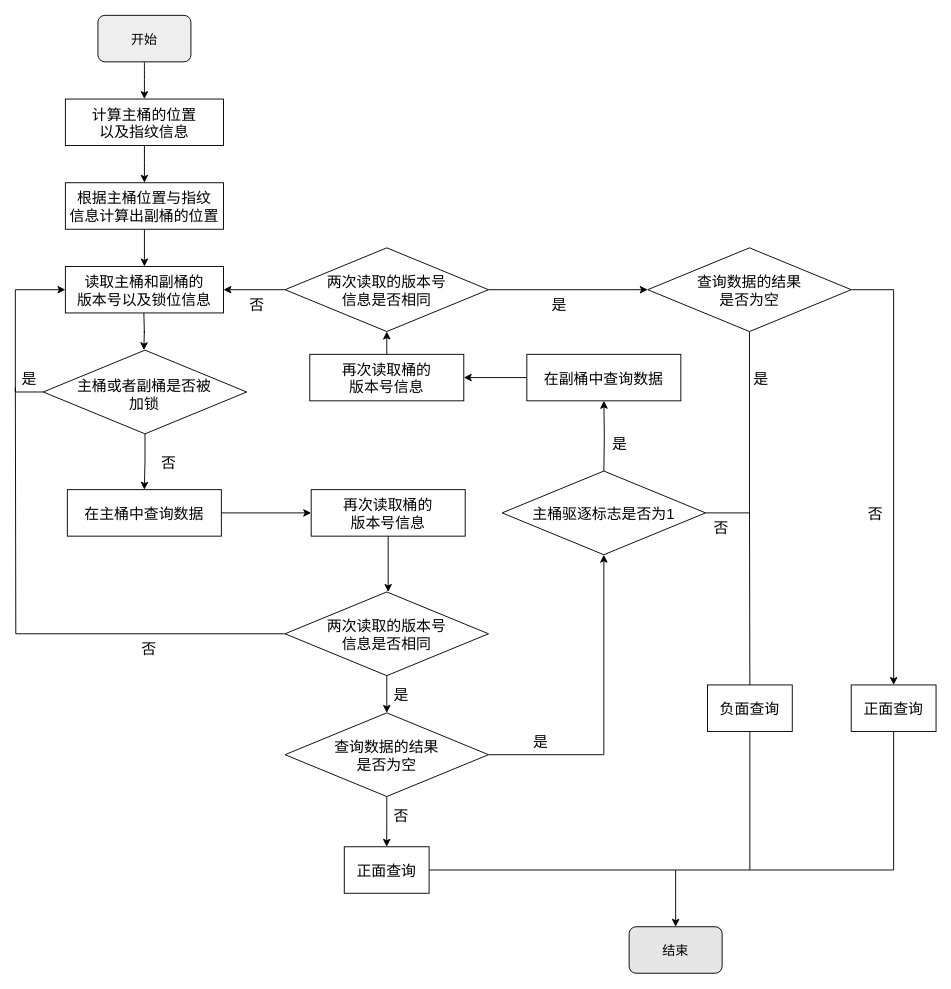
Before: page "读取操作流程图" (15 of 25) of 毕业论文.drawio in HustDsy/Picture, a draw.io diagram. Source tidied: cells renumbered, new cells numbered last; positions are measured from the earlier drawing's top-left corner, leaving out a move shared by most shapes. Both pictures are drawn from the tidied source at 93%, with x=0, y=0 at pixel (15, 15).
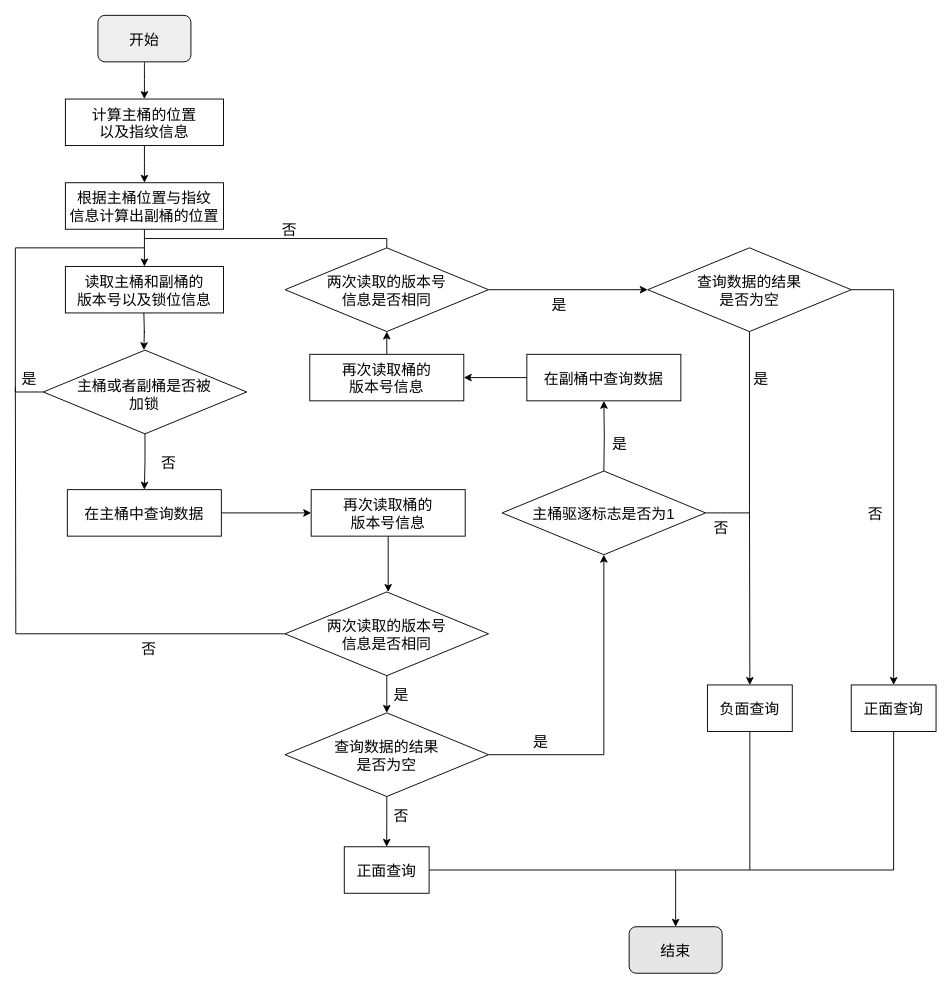
After the change.

Unchanged cells that the change refers to:
```xml
<mxCell id="8" value="读取主桶和副桶的&#10;版本号以及锁位信息" style="rounded=0;comic=0;fontFamily=宋体;fontSize=16;fontColor=default;strokeColor=#000000;strokeWidth=1;fillColor=#FFFFFF;" parent="1" vertex="1">
  <mxGeometry x="53.8" y="270" width="170" height="50" as="geometry" />
</mxCell>
<mxCell id="12" style="strokeWidth=1;shape=mxgraph.flowchart.decision;comic=0;fontFamily=宋体;fontSize=16;fontColor=default;fillColor=#FFFFFF;" parent="1" vertex="1">
  <mxGeometry x="30" y="360" width="218.8" height="90" as="geometry" />
</mxCell>
<mxCell id="32" value="两次读取的版本号&#10;信息是否相同" style="strokeWidth=1;shape=mxgraph.flowchart.decision;comic=0;fontFamily=宋体;fontSize=16;fontColor=default;fillColor=#FFFFFF;" parent="1" vertex="1">
  <mxGeometry x="290" y="250" width="218.8" height="90" as="geometry" />
</mxCell>
<mxCell id="37" value="查询数据的结果&#10;是否为空" style="strokeWidth=1;shape=mxgraph.flowchart.decision;comic=0;fontFamily=宋体;fontSize=16;fontColor=default;fillColor=#FFFFFF;" parent="1" vertex="1">
  <mxGeometry x="680" y="250" width="218.8" height="90" as="geometry" />
</mxCell>
<mxCell id="53" value="负面查询" style="rounded=0;comic=0;fontFamily=宋体;fontSize=16;fontColor=default;strokeColor=#000000;strokeWidth=1;fillColor=#FFFFFF;" parent="1" vertex="1">
  <mxGeometry x="744.2" y="720" width="91.2" height="50" as="geometry" />
</mxCell>
```

What changed in the source:
```diff
@@
-    <mxCell id="3" value="开始" style="rounded=1;comic=0;fontFamily=宋体;fontSize=14;strokeWidth=1;fillColor=#eeeeee;strokeColor=#000000;" parent="1" vertex="1">
+    <mxCell id="3" value="开始" style="rounded=1;comic=0;fontFamily=宋体;fontSize=16;strokeWidth=1;fillColor=#eeeeee;strokeColor=#000000;" parent="1" vertex="1">
       <mxGeometry x="88.8" width="100" height="50" as="geometry" />
     </mxCell>
@@
-    <mxCell id="10" style="edgeStyle=orthogonalEdgeStyle;rounded=0;jettySize=auto;exitX=0;exitY=0.5;exitDx=0;exitDy=0;exitPerimeter=0;entryX=0;entryY=0.5;entryDx=0;entryDy=0;fontFamily=宋体;fontSize=16;fontColor=default;endArrow=classic;endFill=1;strokeWidth=1;" parent="1" edge="1" source="12" target="8">
+    <mxCell id="10" style="edgeStyle=orthogonalEdgeStyle;rounded=0;jettySize=auto;exitX=0;exitY=0.5;exitDx=0;exitDy=0;exitPerimeter=0;fontFamily=宋体;fontSize=16;fontColor=default;endArrow=none;endFill=0;strokeWidth=1;" parent="1" edge="1" source="12">
       <mxGeometry relative="1" as="geometry">
+        <mxPoint x="139" y="250" as="targetPoint" />
         <Array as="points">
           <mxPoint y="405" />
-          <mxPoint y="295" />
+          <mxPoint y="250" />
         </Array>
       </mxGeometry>
     </mxCell>
@@
-    <mxCell id="30" style="edgeStyle=orthogonalEdgeStyle;rounded=0;jettySize=auto;exitX=0;exitY=0.5;exitDx=0;exitDy=0;exitPerimeter=0;entryX=1;entryY=0.5;entryDx=0;entryDy=0;fontFamily=宋体;fontSize=16;fontColor=default;endArrow=classic;endFill=1;strokeWidth=1;" parent="1" edge="1" source="32" target="8">
-      <mxGeometry relative="1" as="geometry" />
-    </mxCell>
@@
+    <mxCell id="56" style="edgeStyle=orthogonalEdgeStyle;rounded=0;jettySize=auto;html=1;exitX=0.5;exitY=0;exitDx=0;exitDy=0;exitPerimeter=0;fontSize=16;endArrow=none;endFill=0;" parent="1" edge="1" source="32">
+      <mxGeometry relative="1" as="geometry">
+        <mxPoint x="139" y="240" as="targetPoint" />
+        <Array as="points">
+          <mxPoint x="399" y="240" />
+        </Array>
+      </mxGeometry>
+    </mxCell>
@@
     <mxCell id="34" value="否" style="text;align=center;verticalAlign=middle;strokeColor=none;fillColor=none;fontSize=16;fontFamily=宋体;fontColor=default;strokeWidth=1;" parent="1" vertex="1">
-      <mxGeometry x="245" y="300" width="30" height="20" as="geometry" />
+      <mxGeometry x="280" y="220" width="30" height="20" as="geometry" />
     </mxCell>
@@
-    <mxCell id="36" style="edgeStyle=orthogonalEdgeStyle;rounded=0;jettySize=auto;html=0;exitX=0.5;exitY=1;exitDx=0;exitDy=0;exitPerimeter=0;entryX=0.5;entryY=0;entryDx=0;entryDy=0;fontFamily=宋体;fontSize=16;fontColor=#E6E6E6;endArrow=none;endFill=0;elbow=vertical;" parent="1" edge="1" source="37" target="53">
+    <mxCell id="36" style="edgeStyle=orthogonalEdgeStyle;rounded=0;jettySize=auto;html=0;exitX=0.5;exitY=1;exitDx=0;exitDy=0;exitPerimeter=0;entryX=0.5;entryY=0;entryDx=0;entryDy=0;fontFamily=宋体;fontSize=16;fontColor=#E6E6E6;endArrow=classic;endFill=1;elbow=vertical;" parent="1" edge="1" source="37" target="53">
       <mxGeometry relative="1" as="geometry" />
     </mxCell>
@@
-    <mxCell id="49" value="结束" style="rounded=1;comic=0;fontFamily=宋体;fontSize=14;strokeWidth=1;fillColor=#E6E6E6;strokeColor=#000000;" parent="1" vertex="1">
+    <mxCell id="49" value="结束" style="rounded=1;comic=0;fontFamily=宋体;fontSize=16;strokeWidth=1;fillColor=#E6E6E6;strokeColor=#000000;" parent="1" vertex="1">
       <mxGeometry x="660" y="980" width="100" height="50" as="geometry" />
     </mxCell>
```
